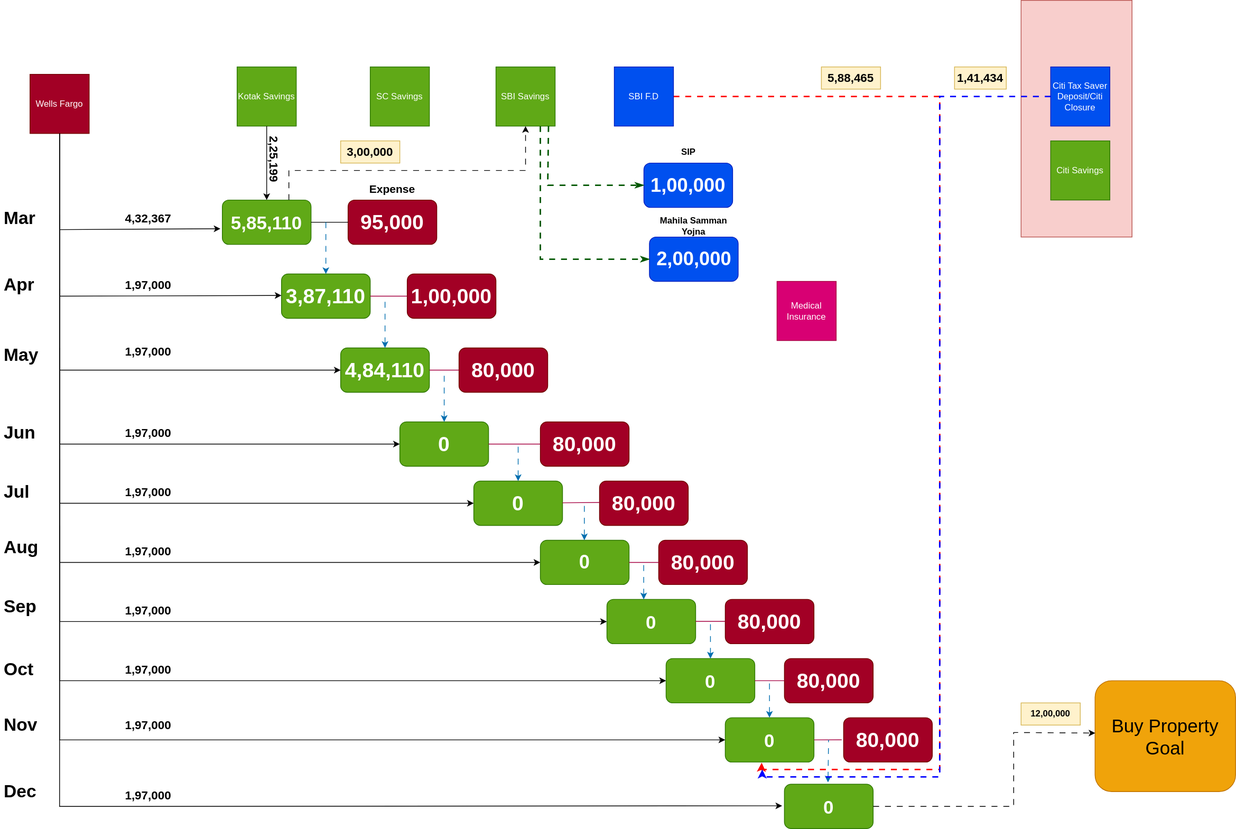
Before: Investments.drawio.svg, a diagram exported from draw.io (uchiharizvi/design-diagrams). Source tidied: cells renumbered, new cells last; positions are measured from the earlier drawing's top-left corner, leaving out a move shared by most shapes.
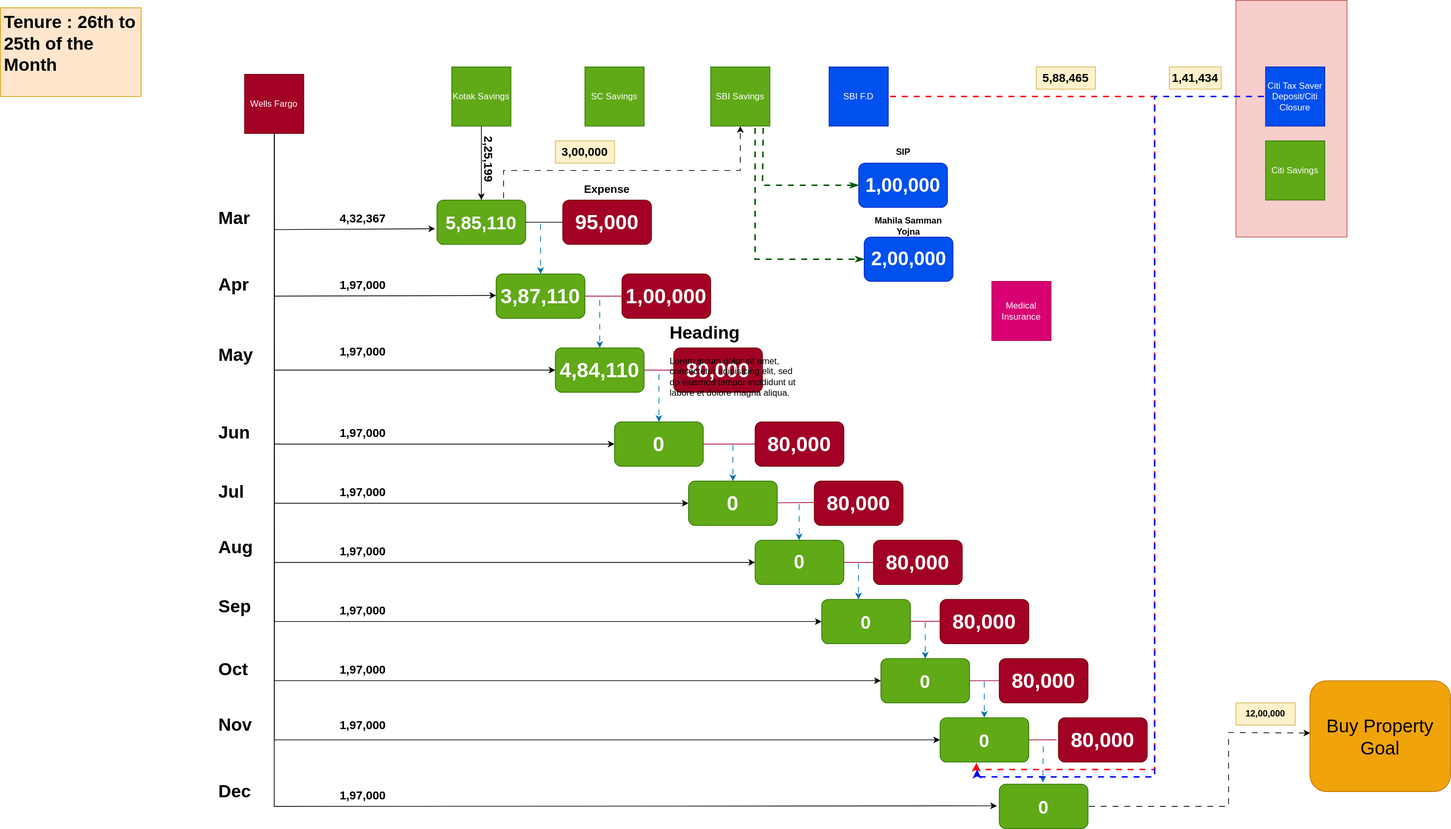
The same diagram one commit later.

Diff of the diagram source:
```diff
@@ -411,5 +411,11 @@
     <mxCell id="95" value="12,00,000" style="text;html=1;align=center;verticalAlign=middle;whiteSpace=wrap;rounded=0;fontStyle=1;fillColor=#fff2cc;strokeColor=#d6b656;" parent="1" vertex="1">
       <mxGeometry x="1380" y="950" width="80" height="30" as="geometry" />
     </mxCell>
+    <mxCell id="96" value="&lt;h1&gt;Heading&lt;/h1&gt;&lt;p&gt;Lorem ipsum dolor sit amet, consectetur adipisicing elit, sed do eiusmod tempor incididunt ut labore et dolore magna aliqua.&lt;/p&gt;" style="text;html=1;spacing=5;spacingTop=-20;whiteSpace=wrap;overflow=hidden;rounded=0;" parent="1" vertex="1">
+      <mxGeometry x="610" y="430" width="190" height="120" as="geometry" />
+    </mxCell>
+    <mxCell id="97" value="&lt;h1&gt;Tenure : 26th to 25th of the Month&lt;/h1&gt;" style="text;html=1;spacing=5;spacingTop=-20;whiteSpace=wrap;overflow=hidden;rounded=0;fillColor=#ffe6cc;strokeColor=#d79b00;" parent="1" vertex="1">
+      <mxGeometry x="-290" y="10" width="190" height="120" as="geometry" />
+    </mxCell>
   </root>
 </mxGraphModel>
```
